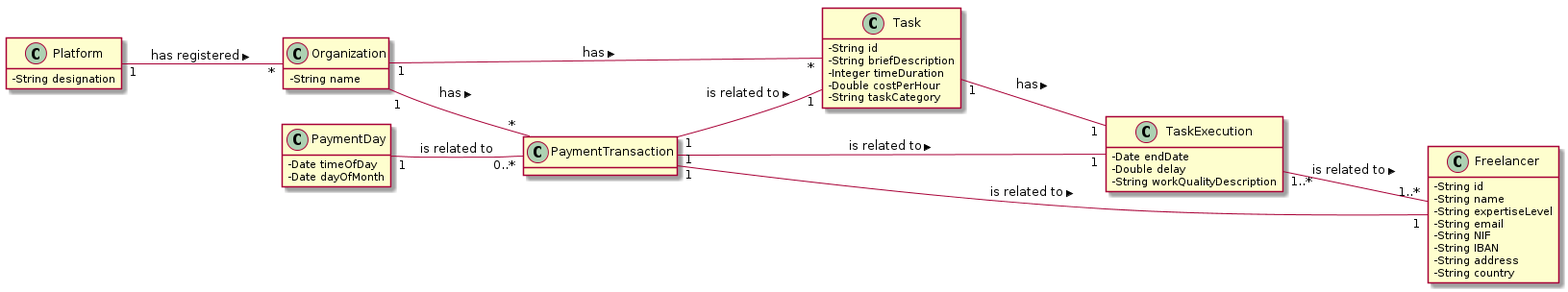
pedrolemos4/LAPR2 keeps this PlantUML diagram as docs/UC10 - Notify delayed freelancers (automatically)/UC10_MD.png. Above is the earlier version.
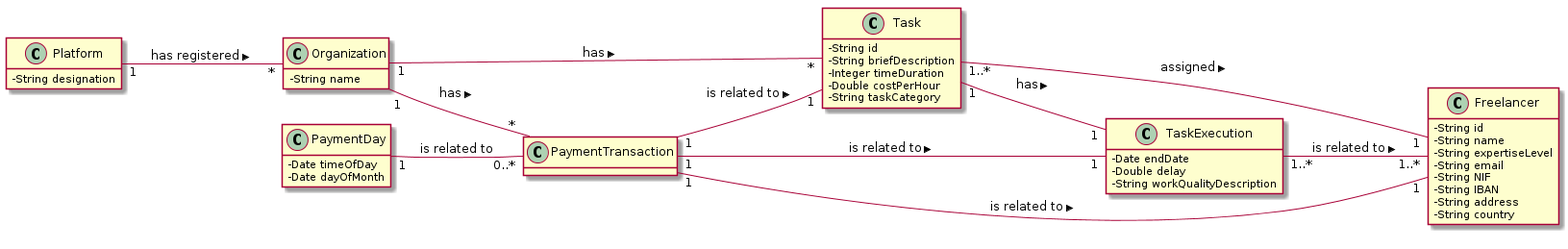
Above is the later version.

Diff of the diagram source:
```diff
@@ -56,6 +56,7 @@
 TaskExecution "1..*" -- "1..*" Freelancer : is related to >
 
 Task "1" -- "1" TaskExecution: has >
+Task "1..*" -- "1" Freelancer: assigned >
 
 PaymentDay "1" -- "0..*" PaymentTransaction : is related to
 @enduml
```
